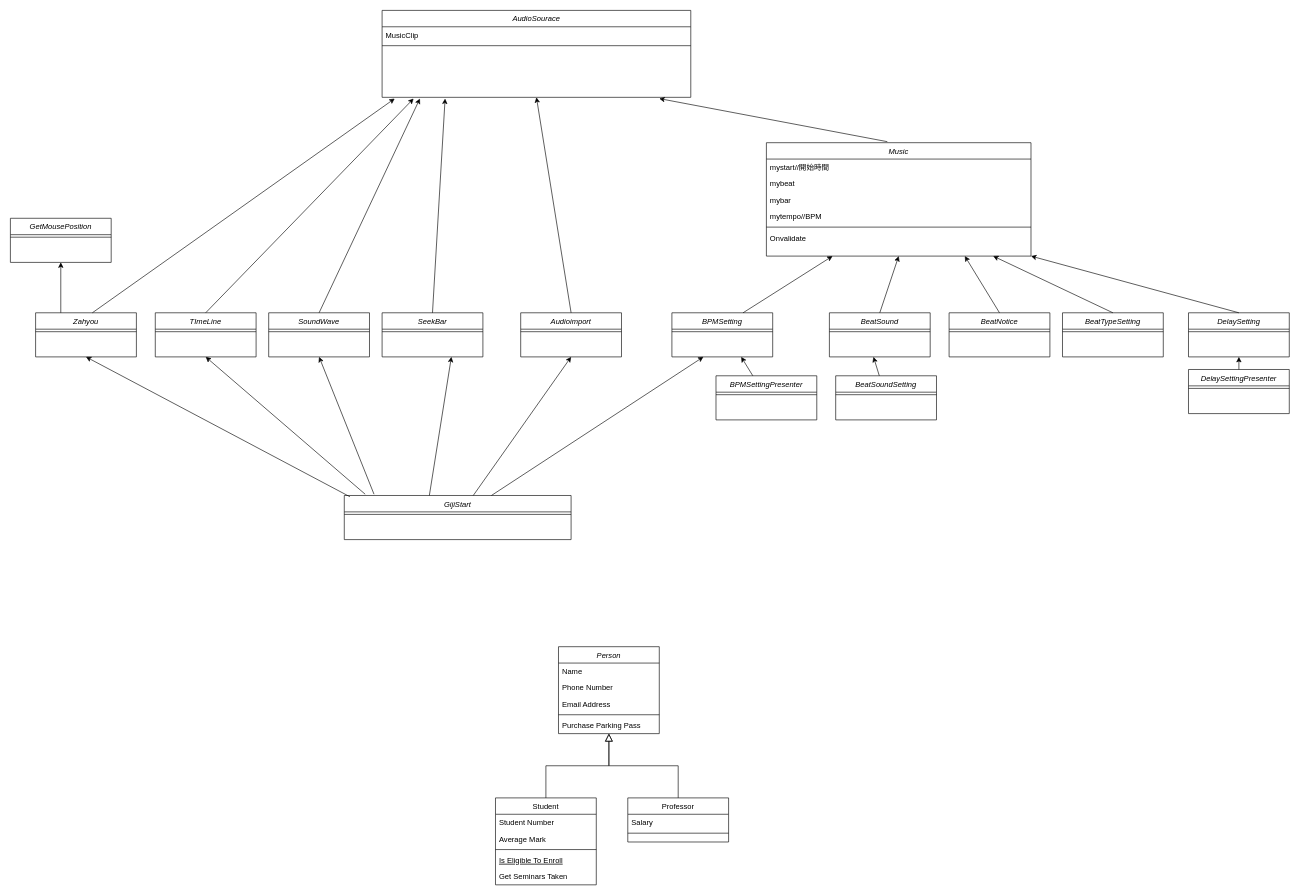
Before: Untitled Diagram.drawio in N18035/Sotsuken6, a draw.io diagram. Source tidied: cells renumbered, new cells numbered last; positions are measured from the earlier drawing's top-left corner, leaving out a move shared by most shapes. Both pictures are drawn from the tidied source at 63%, with x=0, y=0 at pixel (10, 10).
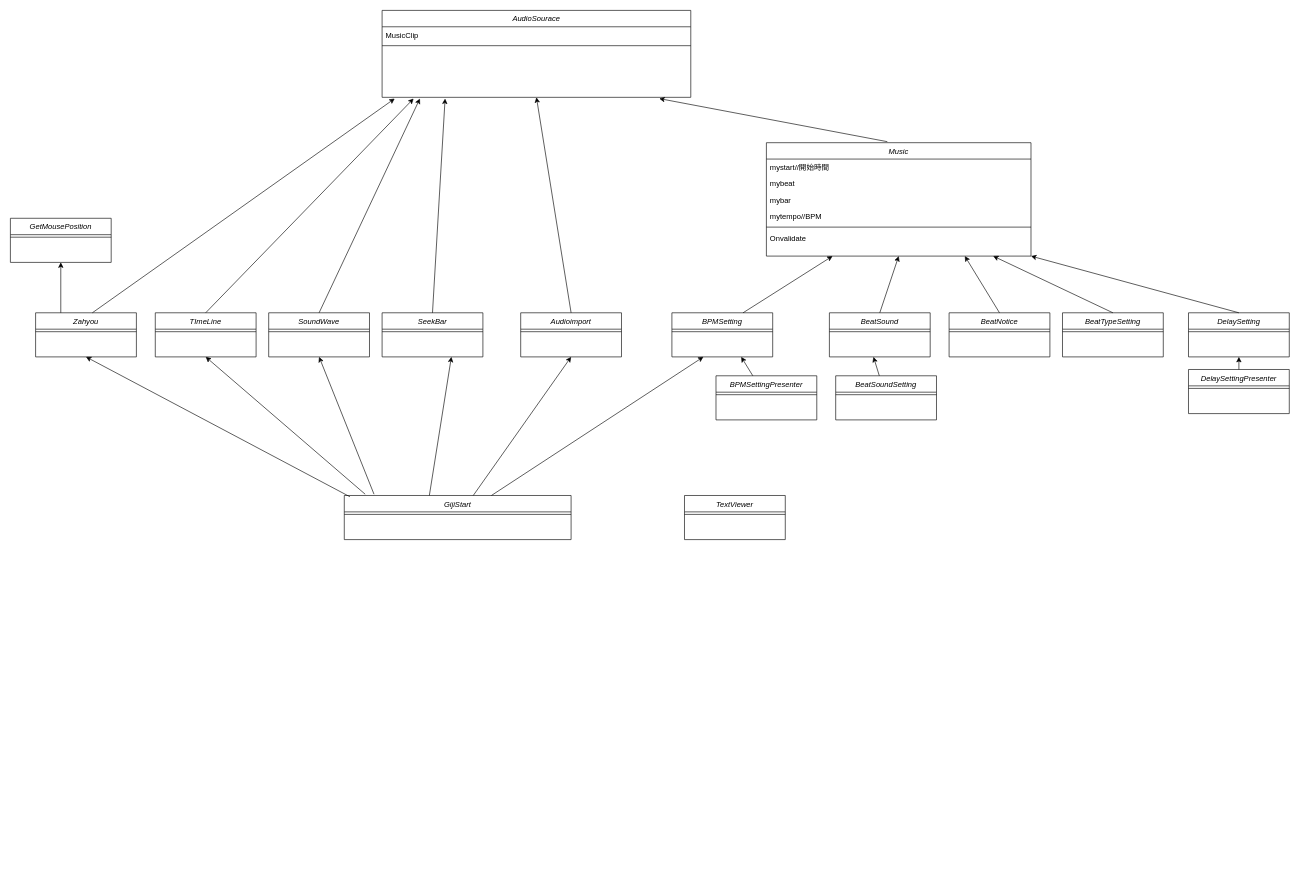
The same diagram, later.

The edit, as a diff of the source:
```diff
@@
-    <mxCell id="2" value="Person" style="swimlane;fontStyle=2;align=center;verticalAlign=top;horizontal=1;startSize=26;rounded=0;shadow=0;strokeWidth=1;" parent="1" vertex="1">
-      <mxGeometry x="870" y="1010" width="160" height="138" as="geometry" />
-    </mxCell>
-    <mxCell id="3" value="Name" style="text;align=left;verticalAlign=top;spacingLeft=4;spacingRight=4;overflow=hidden;" parent="2" vertex="1">
-      <mxGeometry y="26" width="160" height="26" as="geometry" />
-    </mxCell>
-    <mxCell id="4" value="Phone Number" style="text;align=left;verticalAlign=top;spacingLeft=4;spacingRight=4;overflow=hidden;rounded=0;shadow=0;html=0;" parent="2" vertex="1">
-      <mxGeometry y="52" width="160" height="26" as="geometry" />
-    </mxCell>
-    <mxCell id="5" value="Email Address" style="text;align=left;verticalAlign=top;spacingLeft=4;spacingRight=4;overflow=hidden;rounded=0;shadow=0;html=0;" parent="2" vertex="1">
-      <mxGeometry y="78" width="160" height="26" as="geometry" />
-    </mxCell>
-    <mxCell id="6" style="line;html=1;strokeWidth=1;align=left;verticalAlign=middle;spacingTop=-1;spacingLeft=3;spacingRight=3;labelPosition=right;" parent="2" vertex="1">
-      <mxGeometry y="104" width="160" height="8" as="geometry" />
-    </mxCell>
-    <mxCell id="7" value="Purchase Parking Pass" style="text;align=left;verticalAlign=top;spacingLeft=4;spacingRight=4;overflow=hidden;" parent="2" vertex="1">
-      <mxGeometry y="112" width="160" height="26" as="geometry" />
-    </mxCell>
-    <mxCell id="8" value="Student" style="swimlane;fontStyle=0;align=center;verticalAlign=top;horizontal=1;startSize=26;rounded=0;shadow=0;strokeWidth=1;" parent="1" vertex="1">
-      <mxGeometry x="770" y="1250" width="160" height="138" as="geometry" />
-    </mxCell>
-    <mxCell id="9" value="Student Number" style="text;align=left;verticalAlign=top;spacingLeft=4;spacingRight=4;overflow=hidden;" parent="8" vertex="1">
-      <mxGeometry y="26" width="160" height="26" as="geometry" />
-    </mxCell>
-    <mxCell id="10" value="Average Mark" style="text;align=left;verticalAlign=top;spacingLeft=4;spacingRight=4;overflow=hidden;rounded=0;shadow=0;html=0;" parent="8" vertex="1">
-      <mxGeometry y="52" width="160" height="26" as="geometry" />
-    </mxCell>
-    <mxCell id="11" style="line;html=1;strokeWidth=1;align=left;verticalAlign=middle;spacingTop=-1;spacingLeft=3;spacingRight=3;labelPosition=right;" parent="8" vertex="1">
-      <mxGeometry y="78" width="160" height="8" as="geometry" />
-    </mxCell>
-    <mxCell id="12" value="Is Eligible To Enroll" style="text;align=left;verticalAlign=top;spacingLeft=4;spacingRight=4;overflow=hidden;fontStyle=4;" parent="8" vertex="1">
-      <mxGeometry y="86" width="160" height="26" as="geometry" />
-    </mxCell>
-    <mxCell id="13" value="Get Seminars Taken" style="text;align=left;verticalAlign=top;spacingLeft=4;spacingRight=4;overflow=hidden;" parent="8" vertex="1">
-      <mxGeometry y="112" width="160" height="26" as="geometry" />
-    </mxCell>
-    <mxCell id="14" style="endArrow=block;endSize=10;endFill=0;shadow=0;strokeWidth=1;rounded=0;edgeStyle=elbowEdgeStyle;elbow=vertical;" parent="1" edge="1" source="8" target="2">
-      <mxGeometry relative="1" as="geometry" />
-    </mxCell>
-    <mxCell id="15" value="Professor" style="swimlane;fontStyle=0;align=center;verticalAlign=top;horizontal=1;startSize=26;rounded=0;shadow=0;strokeWidth=1;" parent="1" vertex="1">
-      <mxGeometry x="980" y="1250" width="160" height="70" as="geometry" />
-    </mxCell>
-    <mxCell id="16" value="Salary" style="text;align=left;verticalAlign=top;spacingLeft=4;spacingRight=4;overflow=hidden;" parent="15" vertex="1">
-      <mxGeometry y="26" width="160" height="26" as="geometry" />
-    </mxCell>
-    <mxCell id="17" style="line;html=1;strokeWidth=1;align=left;verticalAlign=middle;spacingTop=-1;spacingLeft=3;spacingRight=3;labelPosition=right;" parent="15" vertex="1">
-      <mxGeometry y="52" width="160" height="8" as="geometry" />
-    </mxCell>
-    <mxCell id="18" style="endArrow=block;endSize=10;endFill=0;shadow=0;strokeWidth=1;rounded=0;edgeStyle=elbowEdgeStyle;elbow=vertical;" parent="1" edge="1" source="15" target="2">
-      <mxGeometry relative="1" as="geometry" />
-    </mxCell>
@@
+    <mxCell id="80" value="TextViewer" style="swimlane;fontStyle=2;align=center;verticalAlign=top;horizontal=1;startSize=26;rounded=0;shadow=0;strokeWidth=1;" parent="1" vertex="1">
+      <mxGeometry x="1070" y="770" width="160" height="70" as="geometry" />
+    </mxCell>
+    <mxCell id="81" style="line;html=1;strokeWidth=1;align=left;verticalAlign=middle;spacingTop=-1;spacingLeft=3;spacingRight=3;labelPosition=right;" parent="80" vertex="1">
+      <mxGeometry y="26" width="160" height="8" as="geometry" />
+    </mxCell>
```
